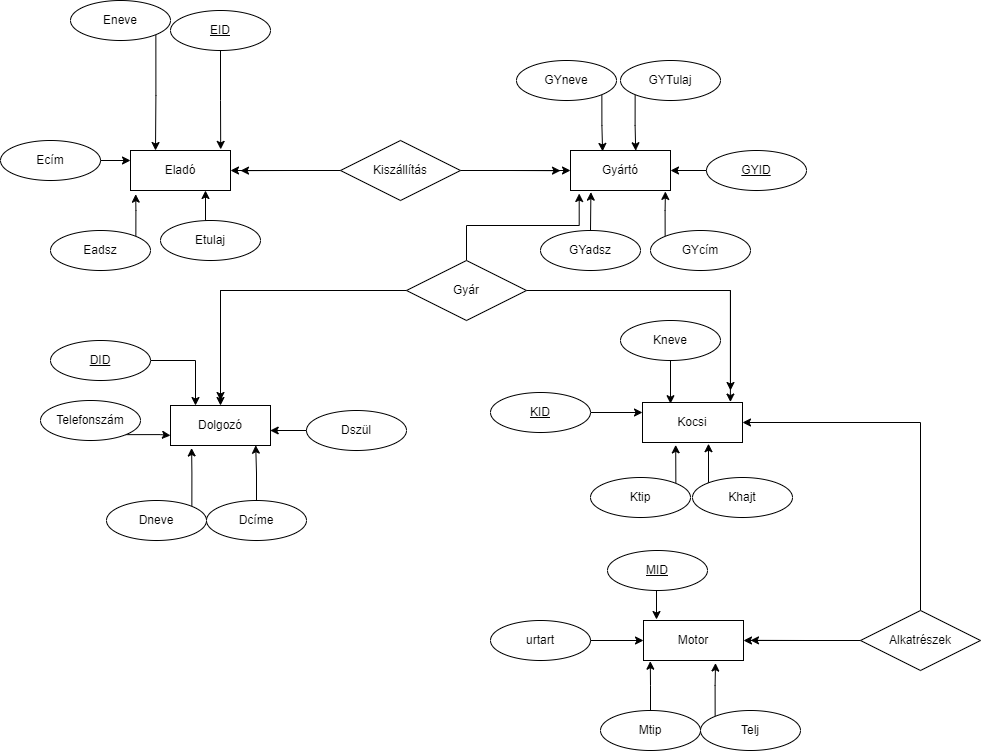
K-Tamas01/N7D1L5_XMLGyak keeps this draw.io diagram as XML_N7D1L5_Beadandó/N7D1L5_ER.png. Above is the earlier version. Source tidied: cells renumbered, new cells last; positions are measured from the earlier drawing's top-left corner, leaving out a move shared by most shapes.
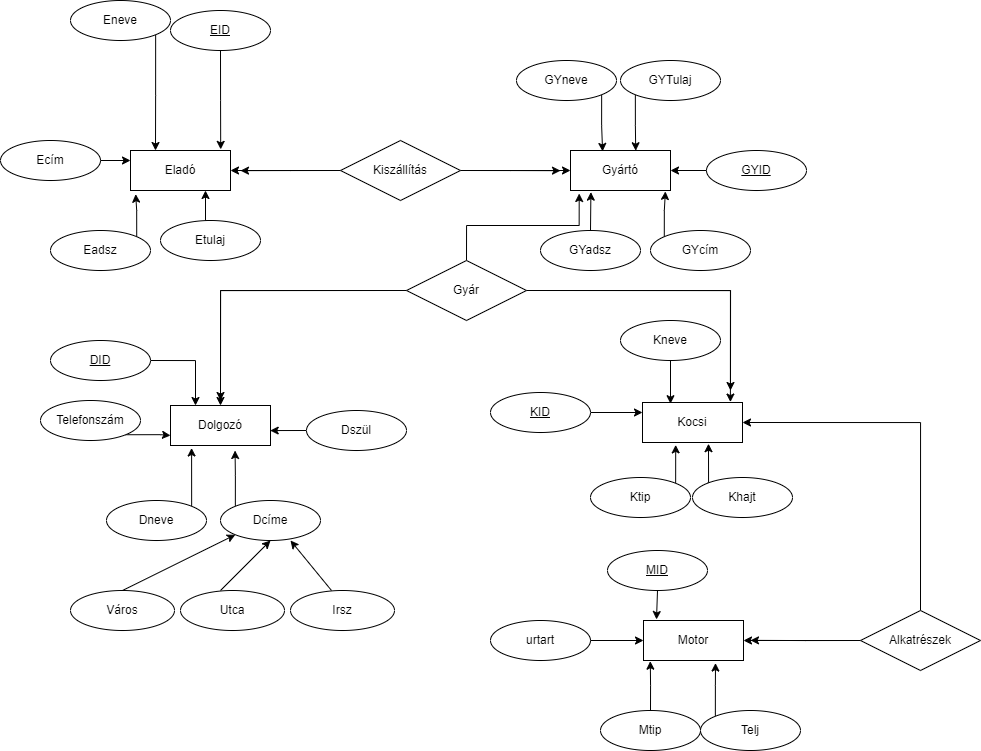
Above is the later version.

Change to the diagram source:
```diff
@@ -144,11 +144,13 @@
     <mxCell id="45" value="Dneve" style="ellipse;whiteSpace=wrap;html=1;align=center;" parent="1" vertex="1">
       <mxGeometry x="106" y="500" width="100" height="40" as="geometry" />
     </mxCell>
-    <mxCell id="46" style="edgeStyle=orthogonalEdgeStyle;rounded=0;jettySize=auto;html=1;exitX=0.5;exitY=0;exitDx=0;exitDy=0;entryX=0.852;entryY=0.993;entryDx=0;entryDy=0;entryPerimeter=0;" parent="1" edge="1" source="47" target="4">
-      <mxGeometry relative="1" as="geometry" />
-    </mxCell>
+    <mxCell id="68" style="edgeStyle=orthogonalEdgeStyle;rounded=0;jettySize=auto;html=1;exitX=0;exitY=0;exitDx=0;exitDy=0;" parent="1" edge="1" source="47">
+      <mxGeometry relative="1" as="geometry">
+        <mxPoint x="234.6" y="450" as="targetPoint" />
+      </mxGeometry>
+    </mxCell>
     <mxCell id="47" value="Dcíme" style="ellipse;whiteSpace=wrap;html=1;align=center;" parent="1" vertex="1">
-      <mxGeometry x="206" y="500" width="100" height="40" as="geometry" />
+      <mxGeometry x="220" y="500" width="100" height="40" as="geometry" />
     </mxCell>
     <mxCell id="48" style="edgeStyle=orthogonalEdgeStyle;rounded=0;jettySize=auto;html=1;exitX=0;exitY=0.5;exitDx=0;exitDy=0;entryX=0.997;entryY=0.631;entryDx=0;entryDy=0;entryPerimeter=0;" parent="1" edge="1" source="49" target="4">
       <mxGeometry relative="1" as="geometry" />
@@ -210,5 +212,28 @@
     <mxCell id="67" value="Telefonszám" style="ellipse;whiteSpace=wrap;html=1;" parent="1" vertex="1">
       <mxGeometry x="40" y="400" width="100" height="40" as="geometry" />
     </mxCell>
+    <mxCell id="69" value="Utca" style="ellipse;whiteSpace=wrap;html=1;" parent="1" vertex="1">
+      <mxGeometry x="180" y="590" width="104" height="40" as="geometry" />
+    </mxCell>
+    <mxCell id="70" value="Irsz" style="ellipse;whiteSpace=wrap;html=1;" parent="1" vertex="1">
+      <mxGeometry x="290" y="590" width="104" height="40" as="geometry" />
+    </mxCell>
+    <mxCell id="71" value="Város" style="ellipse;whiteSpace=wrap;html=1;" parent="1" vertex="1">
+      <mxGeometry x="70" y="590" width="104" height="40" as="geometry" />
+    </mxCell>
+    <mxCell id="72" style="endArrow=classic;html=1;rounded=0;" parent="1" edge="1">
+      <mxGeometry relative="1" as="geometry">
+        <mxPoint x="220" y="590" as="sourcePoint" />
+        <mxPoint x="270" y="540" as="targetPoint" />
+      </mxGeometry>
+    </mxCell>
+    <mxCell id="73" style="endArrow=classic;html=1;rounded=0;entryX=0.7;entryY=1;entryDx=0;entryDy=0;entryPerimeter=0;" parent="1" edge="1" target="47">
+      <mxGeometry relative="1" as="geometry">
+        <mxPoint x="331" y="590" as="sourcePoint" />
+      </mxGeometry>
+    </mxCell>
+    <mxCell id="74" style="endArrow=classic;html=1;rounded=0;exitX=0.5;exitY=0;exitDx=0;exitDy=0;entryX=0;entryY=1;entryDx=0;entryDy=0;" parent="1" edge="1" source="71" target="47">
+      <mxGeometry relative="1" as="geometry" />
+    </mxCell>
   </root>
 </mxGraphModel>
```
